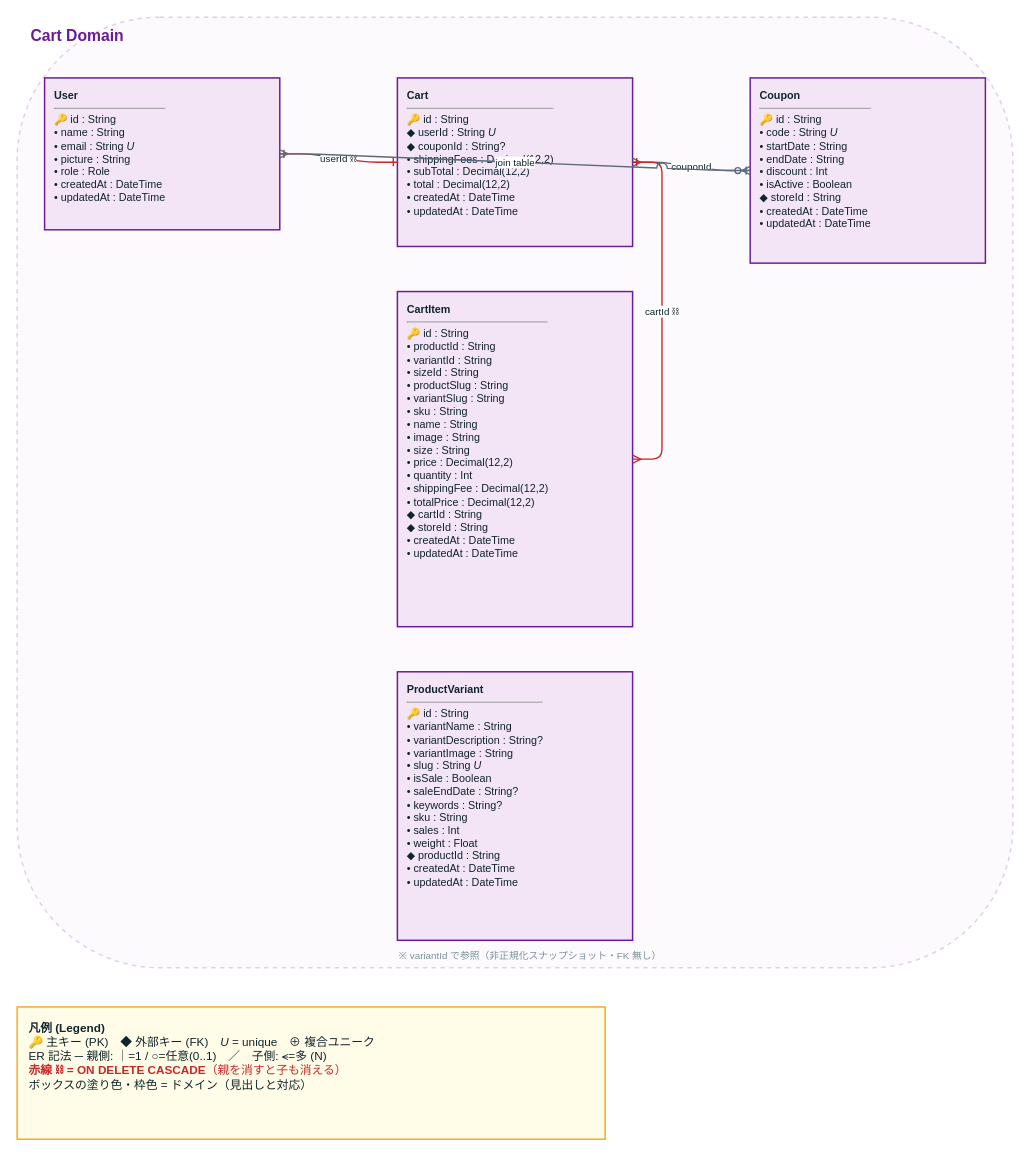
Above: page "4. Cart" (4 of 8) of docs/architecture/data-model.drawio in myoshi2891/Multi-Vendor-E-Commerce (draw.io), before the change. Source tidied: cells renumbered, new cells numbered last; positions are measured from the earlier drawing's top-left corner, leaving out a move shared by most shapes. Both pictures are drawn from the tidied source at 98%, with x=0, y=0 at pixel (17, 17).
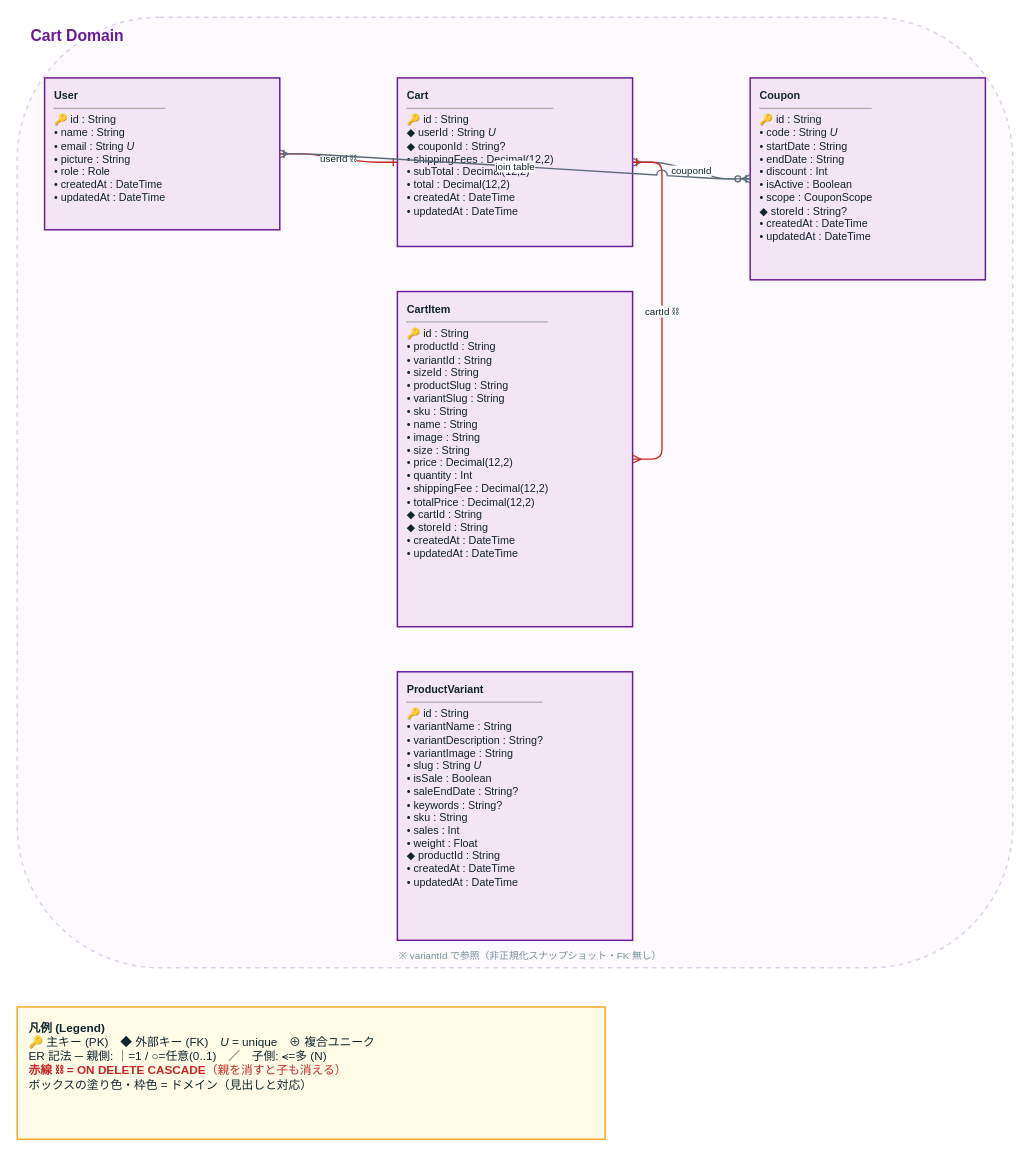
Above is the later version.

Commit message (it also covers changes not shown here):
feat(db): add CouponScope enum and nullable Coupon.storeId, regenerate ERD

The edit, as a diff of the source:
```diff
@@
 <mxGraphModel>
   <root>
     <mxCell id="0" />
     <mxCell id="1" parent="0" />
     <mxCell id="2" style="rounded=1;fillColor=#F3E5F5;opacity=20;strokeColor=#6A1B9A;dashed=1;strokeWidth=1.5;verticalAlign=top;" parent="1" vertex="1">
       <mxGeometry width="1016" height="970" as="geometry" />
     </mxCell>
     <mxCell id="3" value="Cart Domain" style="text;html=1;fontSize=16;fontStyle=1;fontColor=#6A1B9A;align=left;verticalAlign=middle;" parent="1" vertex="1">
       <mxGeometry x="12" y="6" width="992" height="26" as="geometry" />
     </mxCell>
     <mxCell id="4" value="&lt;b&gt;User&lt;/b&gt;&lt;hr size=&quot;1&quot;/&gt;🔑 id : String&lt;br/&gt;• name : String&lt;br/&gt;• email : String &lt;i&gt;U&lt;/i&gt;&lt;br/&gt;• picture : String&lt;br/&gt;• role : Role&lt;br/&gt;• createdAt : DateTime&lt;br/&gt;• updatedAt : DateTime" style="rounded=2;whiteSpace=wrap;html=1;align=left;verticalAlign=top;spacingLeft=8;spacingTop=5;spacingRight=6;fillColor=#F3E5F5;strokeColor=#6A1B9A;strokeWidth=1.5;fontSize=11;fontColor=#10242E;" parent="1" vertex="1">
       <mxGeometry x="28" y="62" width="240" height="155" as="geometry" />
     </mxCell>
     <mxCell id="5" value="&lt;b&gt;Cart&lt;/b&gt;&lt;hr size=&quot;1&quot;/&gt;🔑 id : String&lt;br/&gt;◆ userId : String &lt;i&gt;U&lt;/i&gt;&lt;br/&gt;◆ couponId : String?&lt;br/&gt;• shippingFees : Decimal(12,2)&lt;br/&gt;• subTotal : Decimal(12,2)&lt;br/&gt;• total : Decimal(12,2)&lt;br/&gt;• createdAt : DateTime&lt;br/&gt;• updatedAt : DateTime" style="rounded=2;whiteSpace=wrap;html=1;align=left;verticalAlign=top;spacingLeft=8;spacingTop=5;spacingRight=6;fillColor=#F3E5F5;strokeColor=#6A1B9A;strokeWidth=1.5;fontSize=11;fontColor=#10242E;" parent="1" vertex="1">
       <mxGeometry x="388" y="62" width="240" height="172" as="geometry" />
     </mxCell>
     <mxCell id="6" value="&lt;b&gt;CartItem&lt;/b&gt;&lt;hr size=&quot;1&quot;/&gt;🔑 id : String&lt;br/&gt;• productId : String&lt;br/&gt;• variantId : String&lt;br/&gt;• sizeId : String&lt;br/&gt;• productSlug : String&lt;br/&gt;• variantSlug : String&lt;br/&gt;• sku : String&lt;br/&gt;• name : String&lt;br/&gt;• image : String&lt;br/&gt;• size : String&lt;br/&gt;• price : Decimal(12,2)&lt;br/&gt;• quantity : Int&lt;br/&gt;• shippingFee : Decimal(12,2)&lt;br/&gt;• totalPrice : Decimal(12,2)&lt;br/&gt;◆ cartId : String&lt;br/&gt;◆ storeId : String&lt;br/&gt;• createdAt : DateTime&lt;br/&gt;• updatedAt : DateTime" style="rounded=2;whiteSpace=wrap;html=1;align=left;verticalAlign=top;spacingLeft=8;spacingTop=5;spacingRight=6;fillColor=#F3E5F5;strokeColor=#6A1B9A;strokeWidth=1.5;fontSize=11;fontColor=#10242E;" parent="1" vertex="1">
       <mxGeometry x="388" y="280" width="240" height="342" as="geometry" />
     </mxCell>
-    <mxCell id="7" value="&lt;b&gt;Coupon&lt;/b&gt;&lt;hr size=&quot;1&quot;/&gt;🔑 id : String&lt;br/&gt;• code : String &lt;i&gt;U&lt;/i&gt;&lt;br/&gt;• startDate : String&lt;br/&gt;• endDate : String&lt;br/&gt;• discount : Int&lt;br/&gt;• isActive : Boolean&lt;br/&gt;◆ storeId : String&lt;br/&gt;• createdAt : DateTime&lt;br/&gt;• updatedAt : DateTime" style="rounded=2;whiteSpace=wrap;html=1;align=left;verticalAlign=top;spacingLeft=8;spacingTop=5;spacingRight=6;fillColor=#F3E5F5;strokeColor=#6A1B9A;strokeWidth=1.5;fontSize=11;fontColor=#10242E;" parent="1" vertex="1">
-      <mxGeometry x="748" y="62" width="240" height="189" as="geometry" />
+    <mxCell id="7" value="&lt;b&gt;Coupon&lt;/b&gt;&lt;hr size=&quot;1&quot;/&gt;🔑 id : String&lt;br/&gt;• code : String &lt;i&gt;U&lt;/i&gt;&lt;br/&gt;• startDate : String&lt;br/&gt;• endDate : String&lt;br/&gt;• discount : Int&lt;br/&gt;• isActive : Boolean&lt;br/&gt;• scope : CouponScope&lt;br/&gt;◆ storeId : String?&lt;br/&gt;• createdAt : DateTime&lt;br/&gt;• updatedAt : DateTime" style="rounded=2;whiteSpace=wrap;html=1;align=left;verticalAlign=top;spacingLeft=8;spacingTop=5;spacingRight=6;fillColor=#F3E5F5;strokeColor=#6A1B9A;strokeWidth=1.5;fontSize=11;fontColor=#10242E;" parent="1" vertex="1">
+      <mxGeometry x="748" y="62" width="240" height="206" as="geometry" />
     </mxCell>
     <mxCell id="8" value="&lt;b&gt;ProductVariant&lt;/b&gt;&lt;hr size=&quot;1&quot;/&gt;🔑 id : String&lt;br/&gt;• variantName : String&lt;br/&gt;• variantDescription : String?&lt;br/&gt;• variantImage : String&lt;br/&gt;• slug : String &lt;i&gt;U&lt;/i&gt;&lt;br/&gt;• isSale : Boolean&lt;br/&gt;• saleEndDate : String?&lt;br/&gt;• keywords : String?&lt;br/&gt;• sku : String&lt;br/&gt;• sales : Int&lt;br/&gt;• weight : Float&lt;br/&gt;◆ productId : String&lt;br/&gt;• createdAt : DateTime&lt;br/&gt;• updatedAt : DateTime" style="rounded=2;whiteSpace=wrap;html=1;align=left;verticalAlign=top;spacingLeft=8;spacingTop=5;spacingRight=6;fillColor=#F3E5F5;strokeColor=#6A1B9A;strokeWidth=1.5;fontSize=11;fontColor=#10242E;" parent="1" vertex="1">
       <mxGeometry x="388" y="668" width="240" height="274" as="geometry" />
     </mxCell>
     <mxCell id="9" value="※ variantId で参照（非正規化スナップショット・FK 無し）" style="text;html=1;fontSize=10;fontColor=#78909C;align=left;" parent="1" vertex="1">
       <mxGeometry x="388" y="946" width="320" height="18" as="geometry" />
     </mxCell>
     <mxCell id="10" value="userId ⛓" style="edgeStyle=entityRelationEdgeStyle;rounded=1;html=1;fontSize=10;fontColor=#10242E;labelBackgroundColor=#FFFFFF;jumpStyle=arc;jumpSize=10;startArrow=ERone;startFill=0;endArrow=ERone;endFill=0;strokeColor=#C62828;strokeWidth=1.4;" parent="1" edge="1" source="4" target="5">
       <mxGeometry relative="1" as="geometry" />
     </mxCell>
     <mxCell id="11" value="couponId" style="edgeStyle=entityRelationEdgeStyle;rounded=1;html=1;fontSize=10;fontColor=#10242E;labelBackgroundColor=#FFFFFF;jumpStyle=arc;jumpSize=10;startArrow=ERzeroToOne;startFill=0;endArrow=ERmany;endFill=0;strokeColor=#5B6B7B;strokeWidth=1.4;" parent="1" edge="1" source="7" target="5">
       <mxGeometry relative="1" as="geometry" />
     </mxCell>
     <mxCell id="12" value="cartId ⛓" style="edgeStyle=entityRelationEdgeStyle;rounded=1;html=1;fontSize=10;fontColor=#10242E;labelBackgroundColor=#FFFFFF;jumpStyle=arc;jumpSize=10;startArrow=ERone;startFill=0;endArrow=ERmany;endFill=0;strokeColor=#C62828;strokeWidth=1.4;" parent="1" edge="1" source="5" target="6">
       <mxGeometry relative="1" as="geometry" />
     </mxCell>
     <mxCell id="13" value="join table" style="edgeStyle=entityRelationEdgeStyle;rounded=1;html=1;fontSize=10;fontColor=#10242E;labelBackgroundColor=#FFFFFF;jumpStyle=arc;jumpSize=10;startArrow=ERmany;startFill=0;endArrow=ERmany;endFill=0;strokeColor=#5B6B7B;strokeWidth=1.4;" parent="1" edge="1" source="4" target="7">
       <mxGeometry relative="1" as="geometry" />
     </mxCell>
     <mxCell id="14" value="&lt;b&gt;凡例 (Legend)&lt;/b&gt;&lt;br/&gt;🔑 主キー (PK)　◆ 外部キー (FK)　&lt;i&gt;U&lt;/i&gt; = unique　⊕ 複合ユニーク&lt;br/&gt;ER 記法 ─ 親側: ｜=1 / ○=任意(0..1)　／　子側: ⪪=多 (N)&lt;br/&gt;&lt;font color='#C62828'&gt;&lt;b&gt;赤線 ⛓ = ON DELETE CASCADE&lt;/b&gt;（親を消すと子も消える）&lt;/font&gt;&lt;br/&gt;ボックスの塗り色・枠色 = ドメイン（見出しと対応）" style="rounded=2;whiteSpace=wrap;html=1;align=left;verticalAlign=top;spacingLeft=10;spacingTop=8;fillColor=#FFFDE7;strokeColor=#F9A825;strokeWidth=1.5;fontSize=12;fontColor=#10242E;" parent="1" vertex="1">
       <mxGeometry y="1010" width="600" height="135" as="geometry" />
     </mxCell>
   </root>
 </mxGraphModel>
```
